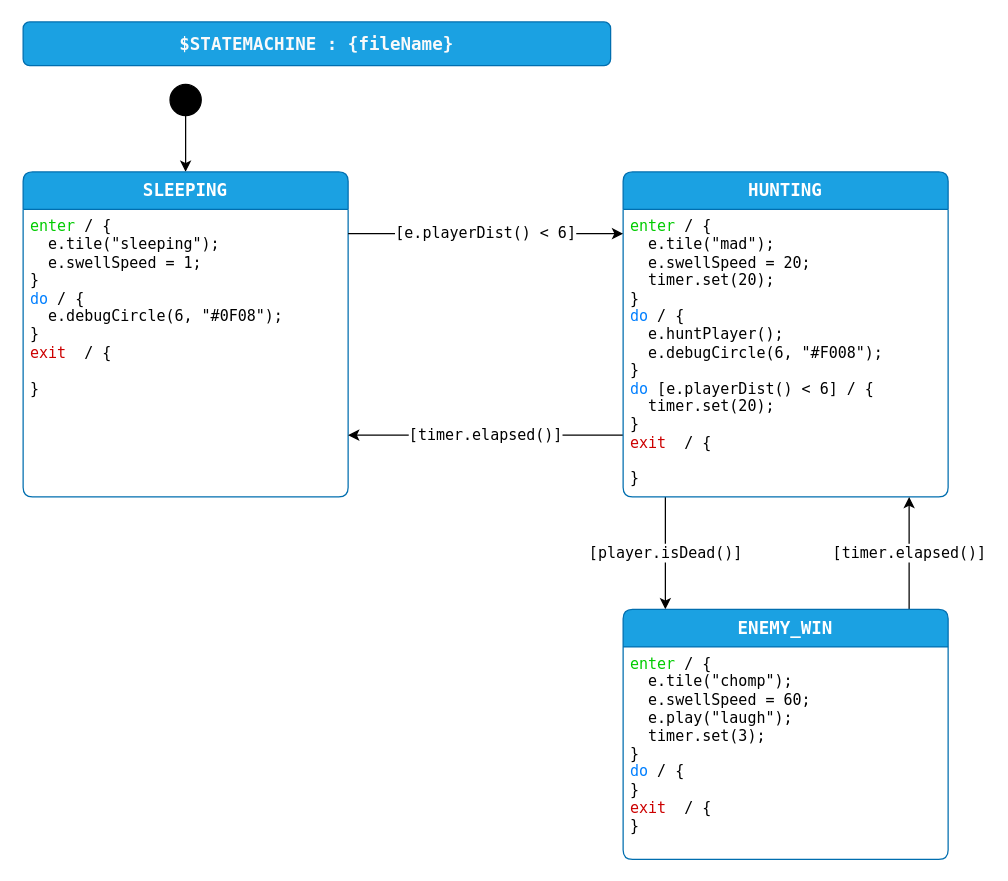
The draw.io diagram page "design" (1 of 3) of enemy1/Enemy1Sm.drawio in adamfk/game-fsm-examples, before the edit. Source tidied: cells renumbered, new cells numbered last; positions are measured from the earlier drawing's top-left corner, leaving out a move shared by most shapes. Both pictures are drawn from the tidied source at 125%, with x=0, y=0 at pixel (22, 21).
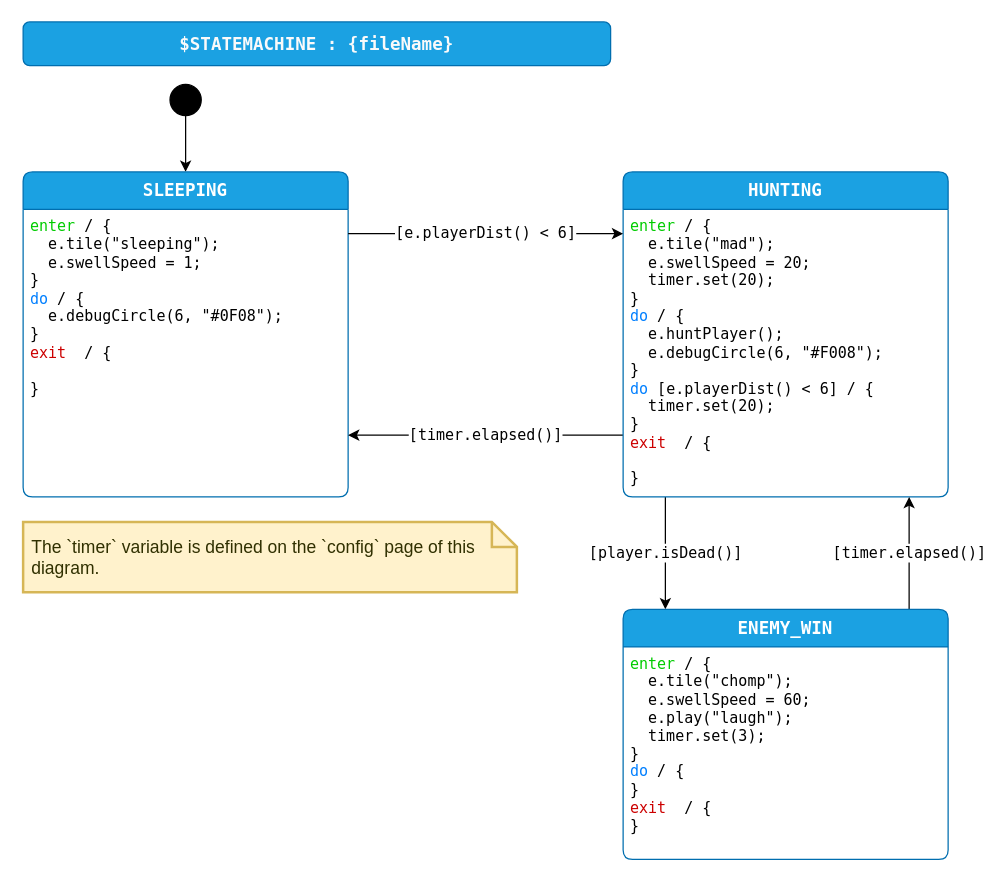
Above is the later version.

The edit, as a diff of the source:
```diff
@@
 <mxGraphModel>
   <root>
     <mxCell id="0" />
     <mxCell id="1" parent="0" />
     <mxCell id="2" style="rounded=0;jettySize=auto;html=1;exitX=0.5;exitY=1;exitDx=0;exitDy=0;entryX=0.5;entryY=0;entryDx=0;entryDy=0;entryPerimeter=0;" parent="1" edge="1" source="3" target="5">
       <mxGeometry relative="1" as="geometry" />
     </mxCell>
     <mxCell id="3" value="$initial_state" style="shape=ellipse;fillColor=#000000;noLabel=1;" parent="1" vertex="1">
       <mxGeometry x="117.5" y="50" width="25" height="25" as="geometry" />
     </mxCell>
     <mxCell id="4" value="&lt;span style=&quot;color: rgb(250, 250, 250); font-family: &amp;quot;Lucida Console&amp;quot;; font-size: 14px; font-weight: 700; text-wrap: nowrap;&quot;&gt;$STATEMACHINE : {fileName}&lt;/span&gt;" style="rounded=1;whiteSpace=wrap;html=1;fillColor=#1ba1e2;fontColor=#ffffff;strokeColor=#006EAF;" parent="1" vertex="1">
       <mxGeometry width="470" height="35" as="geometry" />
     </mxCell>
     <mxCell id="5" value="SLEEPING" style="shape=swimlane;align=center;verticalAlign=top;fontFamily=Lucida Console;startSize=30;fontSize=14;fontStyle=1;fontColor=#ffffff;fillColor=#1ba1e2;swimlaneFillColor=default;rounded=1;arcSize=15;absoluteArcSize=1;points=[[0,0,0,0,0],[0,0.06,0,0,0],[0,0.13,0,0,0],[0,0.19,0,0,0],[0,0.25,0,0,0],[0,0.31,0,0,0],[0,0.38,0,0,0],[0,0.44,0,0,0],[0,0.5,0,0,0],[0,0.56,0,0,0],[0,0.63,0,0,0],[0,0.69,0,0,0],[0,0.75,0,0,0],[0,0.81,0,0,0],[0,0.88,0,0,0],[0,0.94,0,0,0],[0,1,0,0,0],[0.06,0,0,0,0],[0.06,1,0,0,0],[0.13,0,0,0,0],[0.13,1,0,0,0],[0.19,0,0,0,0],[0.19,1,0,0,0],[0.25,0,0,0,0],[0.25,1,0,0,0],[0.31,0,0,0,0],[0.31,1,0,0,0],[0.38,0,0,0,0],[0.38,1,0,0,0],[0.44,0,0,0,0],[0.44,1,0,0,0],[0.5,0,0,0,0],[0.5,1,0,0,0],[0.56,0,0,0,0],[0.56,1,0,0,0],[0.63,0,0,0,0],[0.63,1,0,0,0],[0.69,0,0,0,0],[0.69,1,0,0,0],[0.75,0,0,0,0],[0.75,1,0,0,0],[0.81,0,0,0,0],[0.81,1,0,0,0],[0.88,0,0,0,0],[0.88,1,0,0,0],[0.94,0,0,0,0],[0.94,1,0,0,0],[1,0,0,0,0],[1,0.06,0,0,0],[1,0.13,0,0,0],[1,0.19,0,0,0],[1,0.25,0,0,0],[1,0.31,0,0,0],[1,0.38,0,0,0],[1,0.44,0,0,0],[1,0.5,0,0,0],[1,0.56,0,0,0],[1,0.63,0,0,0],[1,0.69,0,0,0],[1,0.75,0,0,0],[1,0.81,0,0,0],[1,0.88,0,0,0],[1,0.94,0,0,0],[1,1,0,0,0]];strokeColor=#006EAF;labelBackgroundColor=none;" parent="1" vertex="1">
       <mxGeometry y="120" width="260" height="260" as="geometry" />
     </mxCell>
     <mxCell id="6" value="&lt;font color=&quot;#00cc00&quot;&gt;enter&lt;/font&gt; / {&lt;br&gt;&amp;nbsp; e.tile(&quot;sleeping&quot;);&lt;br&gt;&amp;nbsp; e.swellSpeed = 1;&lt;br&gt;}&lt;br&gt;&lt;font color=&quot;#007fff&quot;&gt;do&lt;/font&gt; / {&lt;br&gt;&lt;div&gt;&lt;/div&gt;&amp;nbsp; e.debugCircle(6, &quot;#0F08&quot;);&amp;nbsp;&lt;br&gt;&lt;div&gt;}&lt;br&gt;&lt;font color=&quot;#cc0000&quot;&gt;exit&lt;/font&gt;&amp;nbsp; / {&lt;br&gt;&amp;nbsp;&amp;nbsp;&lt;br&gt;}&lt;/div&gt;" style="fontFamily=Lucida Console;align=left;verticalAlign=top;fillColor=none;gradientColor=none;strokeColor=none;rounded=0;spacingLeft=4;html=1;fontSize=12;fontColor=default;labelBackgroundColor=default;" parent="5" vertex="1">
       <mxGeometry y="30" width="240" height="160" as="geometry" />
     </mxCell>
     <mxCell id="7" value="&lt;span style=&quot;font-family: &amp;quot;Lucida Console&amp;quot;; font-size: 12px;&quot;&gt;[timer.elapsed()]&lt;/span&gt;" style="edgeStyle=none;html=1;exitX=0;exitY=0.81;exitDx=0;exitDy=0;exitPerimeter=0;entryX=1;entryY=0.81;entryDx=0;entryDy=0;entryPerimeter=0;" parent="1" edge="1" source="9" target="5">
       <mxGeometry relative="1" as="geometry" />
     </mxCell>
     <mxCell id="8" value="[player.isDead()]" style="edgeStyle=orthogonalEdgeStyle;shape=connector;rounded=0;html=1;exitX=0.13;exitY=1;exitDx=0;exitDy=0;exitPerimeter=0;entryX=0.13;entryY=0;entryDx=0;entryDy=0;entryPerimeter=0;labelBackgroundColor=default;strokeColor=default;fontFamily=Lucida Console;fontSize=12;fontColor=default;endArrow=classic;" parent="1" edge="1" source="9" target="13">
       <mxGeometry relative="1" as="geometry" />
     </mxCell>
     <mxCell id="9" value="HUNTING" style="shape=swimlane;align=center;verticalAlign=top;fontFamily=Lucida Console;startSize=30;fontSize=14;fontStyle=1;fontColor=#ffffff;fillColor=#1ba1e2;swimlaneFillColor=default;rounded=1;arcSize=15;absoluteArcSize=1;points=[[0,0,0,0,0],[0,0.06,0,0,0],[0,0.13,0,0,0],[0,0.19,0,0,0],[0,0.25,0,0,0],[0,0.31,0,0,0],[0,0.38,0,0,0],[0,0.44,0,0,0],[0,0.5,0,0,0],[0,0.56,0,0,0],[0,0.63,0,0,0],[0,0.69,0,0,0],[0,0.75,0,0,0],[0,0.81,0,0,0],[0,0.88,0,0,0],[0,0.94,0,0,0],[0,1,0,0,0],[0.06,0,0,0,0],[0.06,1,0,0,0],[0.13,0,0,0,0],[0.13,1,0,0,0],[0.19,0,0,0,0],[0.19,1,0,0,0],[0.25,0,0,0,0],[0.25,1,0,0,0],[0.31,0,0,0,0],[0.31,1,0,0,0],[0.38,0,0,0,0],[0.38,1,0,0,0],[0.44,0,0,0,0],[0.44,1,0,0,0],[0.5,0,0,0,0],[0.5,1,0,0,0],[0.56,0,0,0,0],[0.56,1,0,0,0],[0.63,0,0,0,0],[0.63,1,0,0,0],[0.69,0,0,0,0],[0.69,1,0,0,0],[0.75,0,0,0,0],[0.75,1,0,0,0],[0.81,0,0,0,0],[0.81,1,0,0,0],[0.88,0,0,0,0],[0.88,1,0,0,0],[0.94,0,0,0,0],[0.94,1,0,0,0],[1,0,0,0,0],[1,0.06,0,0,0],[1,0.13,0,0,0],[1,0.19,0,0,0],[1,0.25,0,0,0],[1,0.31,0,0,0],[1,0.38,0,0,0],[1,0.44,0,0,0],[1,0.5,0,0,0],[1,0.56,0,0,0],[1,0.63,0,0,0],[1,0.69,0,0,0],[1,0.75,0,0,0],[1,0.81,0,0,0],[1,0.88,0,0,0],[1,0.94,0,0,0],[1,1,0,0,0]];strokeColor=#006EAF;labelBackgroundColor=none;" parent="1" vertex="1">
       <mxGeometry x="480" y="120" width="260" height="260" as="geometry" />
     </mxCell>
     <mxCell id="10" value="&lt;font color=&quot;#00cc00&quot;&gt;enter&lt;/font&gt; / {&lt;br&gt;&amp;nbsp; e.tile(&quot;mad&quot;);&lt;br&gt;&amp;nbsp; e.swellSpeed = 20;&lt;br&gt;&amp;nbsp; timer.set(20);&lt;br&gt;&lt;div&gt;}&lt;/div&gt;&lt;div&gt;&lt;font color=&quot;#007fff&quot;&gt;do&lt;/font&gt; / {&lt;br&gt;&amp;nbsp; e.huntPlayer();&lt;/div&gt;&lt;div&gt;&amp;nbsp; e.debugCircle(6, &quot;#F008&quot;);&amp;nbsp;&lt;br&gt;&lt;/div&gt;&lt;div&gt;}&lt;/div&gt;&lt;div&gt;&lt;font color=&quot;#007fff&quot;&gt;do&lt;/font&gt;&amp;nbsp;[e.playerDist() &amp;lt; 6] / {&lt;/div&gt;&lt;div&gt;&amp;nbsp; timer.set(20);&lt;/div&gt;&lt;div&gt;}&lt;/div&gt;&lt;div&gt;&lt;div&gt;&lt;font color=&quot;#cc0000&quot;&gt;exit&lt;/font&gt;&amp;nbsp; / {&lt;br&gt;&amp;nbsp;&amp;nbsp;&lt;br&gt;}&lt;br&gt;&lt;/div&gt;&lt;/div&gt;" style="fontFamily=Lucida Console;align=left;verticalAlign=top;fillColor=none;gradientColor=none;strokeColor=none;rounded=0;spacingLeft=4;html=1;fontSize=12;fontColor=default;labelBackgroundColor=default;" parent="9" vertex="1">
       <mxGeometry y="30" width="240" height="230" as="geometry" />
     </mxCell>
     <mxCell id="11" value="[e.playerDist() &amp;lt; 6]" style="edgeStyle=orthogonalEdgeStyle;rounded=0;jettySize=auto;html=1;exitX=1;exitY=0.19;exitDx=0;exitDy=0;exitPerimeter=0;entryX=0;entryY=0.19;entryDx=0;entryDy=0;entryPerimeter=0;fontSize=12;fontFamily=Lucida Console;" parent="1" edge="1" source="5" target="9">
       <mxGeometry relative="1" as="geometry" />
     </mxCell>
     <mxCell id="12" value="[timer.elapsed()]" style="edgeStyle=orthogonalEdgeStyle;shape=connector;rounded=0;html=1;exitX=0.88;exitY=0;exitDx=0;exitDy=0;exitPerimeter=0;entryX=0.88;entryY=1;entryDx=0;entryDy=0;entryPerimeter=0;labelBackgroundColor=default;strokeColor=default;fontFamily=Lucida Console;fontSize=12;fontColor=default;endArrow=classic;" parent="1" edge="1" source="13" target="9">
       <mxGeometry relative="1" as="geometry" />
     </mxCell>
     <mxCell id="13" value="ENEMY_WIN" style="shape=swimlane;align=center;verticalAlign=top;fontFamily=Lucida Console;startSize=30;fontSize=14;fontStyle=1;fontColor=#ffffff;fillColor=#1ba1e2;swimlaneFillColor=default;rounded=1;arcSize=15;absoluteArcSize=1;points=[[0,0,0,0,0],[0,0.06,0,0,0],[0,0.13,0,0,0],[0,0.19,0,0,0],[0,0.25,0,0,0],[0,0.31,0,0,0],[0,0.38,0,0,0],[0,0.44,0,0,0],[0,0.5,0,0,0],[0,0.56,0,0,0],[0,0.63,0,0,0],[0,0.69,0,0,0],[0,0.75,0,0,0],[0,0.81,0,0,0],[0,0.88,0,0,0],[0,0.94,0,0,0],[0,1,0,0,0],[0.06,0,0,0,0],[0.06,1,0,0,0],[0.13,0,0,0,0],[0.13,1,0,0,0],[0.19,0,0,0,0],[0.19,1,0,0,0],[0.25,0,0,0,0],[0.25,1,0,0,0],[0.31,0,0,0,0],[0.31,1,0,0,0],[0.38,0,0,0,0],[0.38,1,0,0,0],[0.44,0,0,0,0],[0.44,1,0,0,0],[0.5,0,0,0,0],[0.5,1,0,0,0],[0.56,0,0,0,0],[0.56,1,0,0,0],[0.63,0,0,0,0],[0.63,1,0,0,0],[0.69,0,0,0,0],[0.69,1,0,0,0],[0.75,0,0,0,0],[0.75,1,0,0,0],[0.81,0,0,0,0],[0.81,1,0,0,0],[0.88,0,0,0,0],[0.88,1,0,0,0],[0.94,0,0,0,0],[0.94,1,0,0,0],[1,0,0,0,0],[1,0.06,0,0,0],[1,0.13,0,0,0],[1,0.19,0,0,0],[1,0.25,0,0,0],[1,0.31,0,0,0],[1,0.38,0,0,0],[1,0.44,0,0,0],[1,0.5,0,0,0],[1,0.56,0,0,0],[1,0.63,0,0,0],[1,0.69,0,0,0],[1,0.75,0,0,0],[1,0.81,0,0,0],[1,0.88,0,0,0],[1,0.94,0,0,0],[1,1,0,0,0]];strokeColor=#006EAF;labelBackgroundColor=none;" parent="1" vertex="1">
       <mxGeometry x="480" y="470" width="260" height="200" as="geometry" />
     </mxCell>
     <mxCell id="14" value="&lt;font color=&quot;#00cc00&quot;&gt;enter&lt;/font&gt; / {&lt;br&gt;&amp;nbsp; e.tile(&quot;chomp&quot;);&lt;br&gt;&amp;nbsp; e.swellSpeed = 60;&lt;br&gt;&amp;nbsp; e.play(&quot;laugh&quot;);&lt;br&gt;&amp;nbsp; timer.set(3);&lt;br&gt;&lt;div&gt;}&lt;/div&gt;&lt;div&gt;&lt;font color=&quot;#007fff&quot;&gt;do&lt;/font&gt; / {&lt;div&gt;}&lt;br&gt;&lt;/div&gt;&lt;div&gt;&lt;font color=&quot;#cc0000&quot;&gt;exit&lt;/font&gt;&amp;nbsp; / {&lt;br&gt;}&lt;br&gt;&lt;/div&gt;&lt;/div&gt;" style="fontFamily=Lucida Console;align=left;verticalAlign=top;fillColor=none;gradientColor=none;strokeColor=none;rounded=0;spacingLeft=4;html=1;fontSize=12;fontColor=default;labelBackgroundColor=default;" parent="13" vertex="1">
       <mxGeometry y="30" width="170" height="160" as="geometry" />
     </mxCell>
+    <mxCell id="15" value="The `timer` variable is defined on the `config` page of this diagram." style="shape=note;strokeWidth=2;fontSize=14;size=20;whiteSpace=wrap;html=1;fillColor=#fff2cc;strokeColor=#d6b656;fontColor=#303000;align=left;spacingLeft=5;verticalAlign=middle;fontFamily=Helvetica;" parent="1" vertex="1">
+      <mxGeometry y="400" width="395" height="56.2" as="geometry" />
+    </mxCell>
   </root>
 </mxGraphModel>
```
